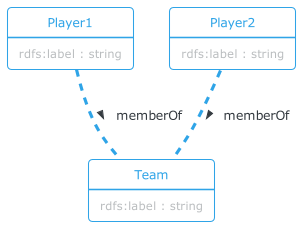
This is docs/diagrams/simple-athlete-team.png from iptc/sport-schema, a PlantUML export, as it was before one commit.
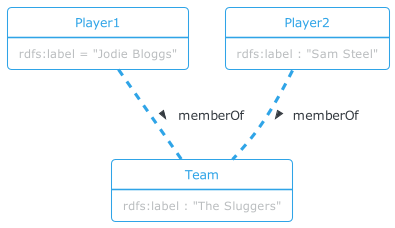
After the change.

Change to the diagram source:
```diff
@@ -2,15 +2,15 @@
 !theme cerulean-outline
 
 object Player1 {
-  rdfs:label : string
+  rdfs:label = "Jodie Bloggs"
 }
 
 object Player2 {
-  rdfs:label : string
+  rdfs:label : "Sam Steel"
 }
 
 object Team {
-  rdfs:label : string
+  rdfs:label : "The Sluggers"
 }
 
 Player1 .. Team : > memberOf
```
